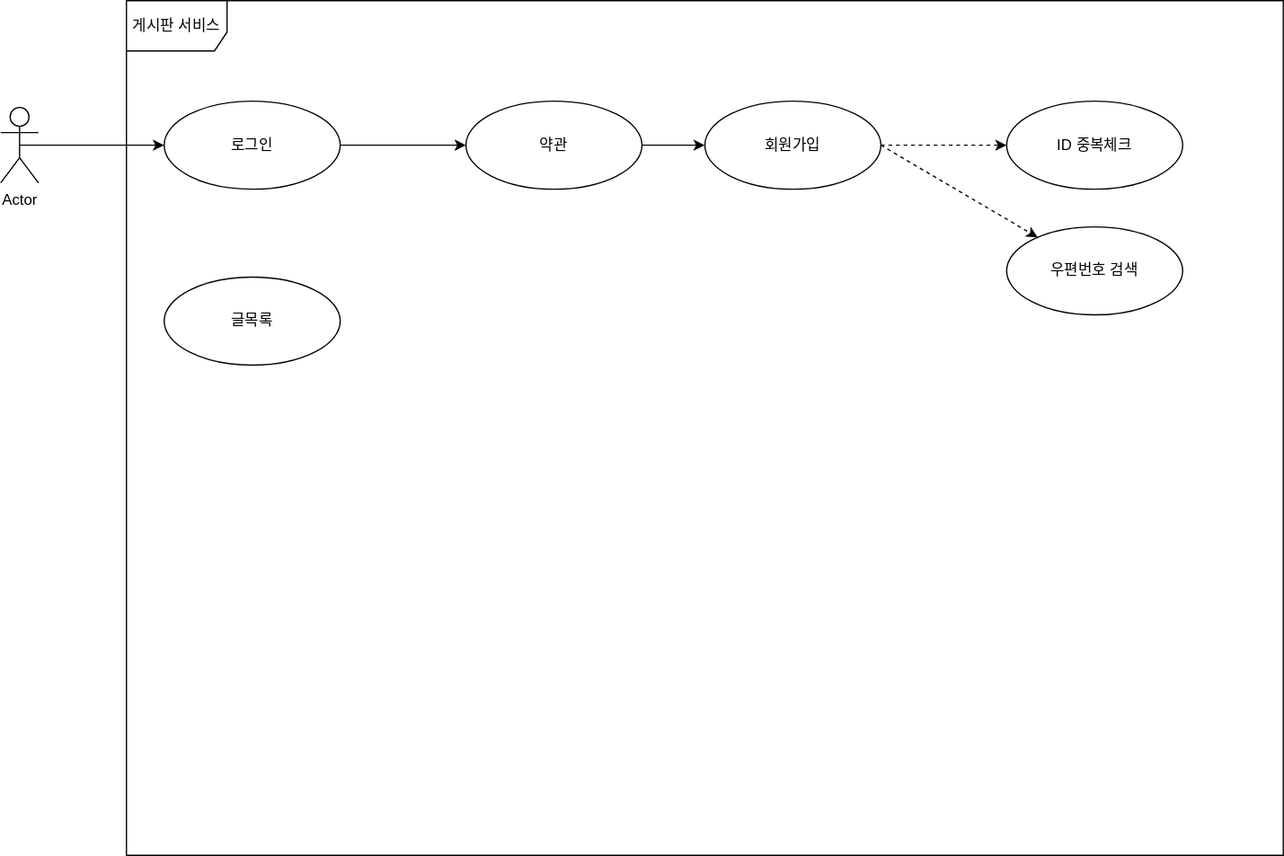
Above: JBoard1/게시판 유스케이스.svg in garuina/JSP (draw.io), before the change. Source tidied: cells renumbered, new cells last; positions are measured from the earlier drawing's top-left corner, leaving out a move shared by most shapes.
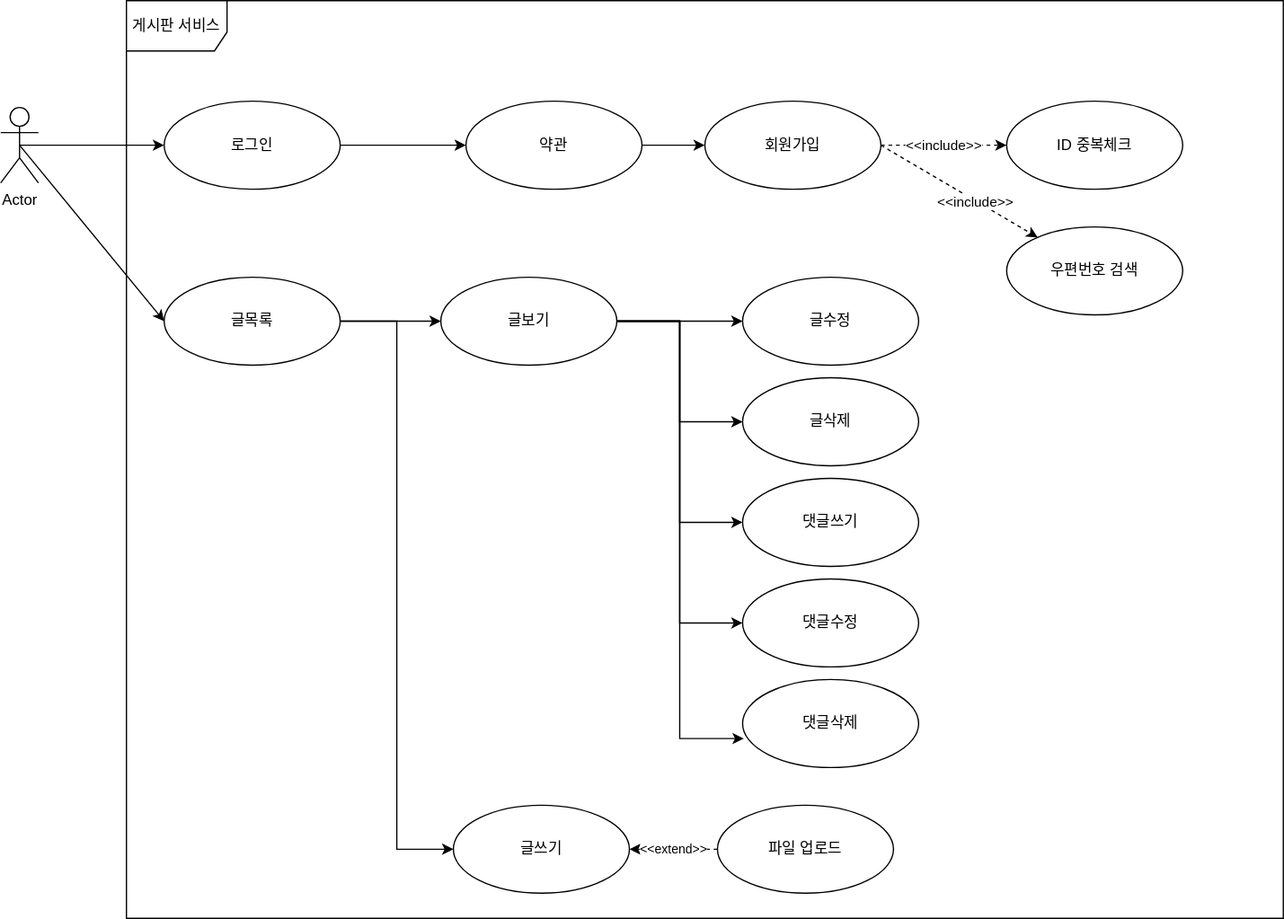
Later version of the same file.

The edit, as a diff of the source:
```diff
@@ -5,11 +5,14 @@
     <mxCell id="2" style="rounded=0;jettySize=auto;html=1;exitX=0.5;exitY=0.5;exitDx=0;exitDy=0;exitPerimeter=0;" parent="1" edge="1" source="3" target="6">
       <mxGeometry relative="1" as="geometry" />
     </mxCell>
+    <mxCell id="15" style="edgeStyle=none;rounded=0;jettySize=auto;html=1;exitX=0.5;exitY=0.5;exitDx=0;exitDy=0;exitPerimeter=0;entryX=0;entryY=0.5;entryDx=0;entryDy=0;" parent="1" edge="1" source="3" target="7">
+      <mxGeometry relative="1" as="geometry" />
+    </mxCell>
     <mxCell id="3" value="Actor" style="shape=umlActor;verticalLabelPosition=bottom;verticalAlign=top;html=1;" parent="1" vertex="1">
       <mxGeometry y="85" width="30" height="60" as="geometry" />
     </mxCell>
     <mxCell id="4" value="게시판 서비스" style="shape=umlFrame;whiteSpace=wrap;html=1;width=80;height=40;" parent="1" vertex="1">
-      <mxGeometry x="100" width="920" height="680" as="geometry" />
+      <mxGeometry x="100" width="920" height="730" as="geometry" />
     </mxCell>
     <mxCell id="5" style="edgeStyle=none;rounded=0;jettySize=auto;html=1;exitX=1;exitY=0.5;exitDx=0;exitDy=0;" parent="1" edge="1" source="6" target="9">
       <mxGeometry relative="1" as="geometry" />
@@ -17,6 +20,12 @@
     <mxCell id="6" value="로그인" style="ellipse;whiteSpace=wrap;html=1;" parent="1" vertex="1">
       <mxGeometry x="130" y="80" width="140" height="70" as="geometry" />
     </mxCell>
+    <mxCell id="16" style="edgeStyle=none;rounded=0;jettySize=auto;html=1;exitX=1;exitY=0.5;exitDx=0;exitDy=0;" parent="1" edge="1" source="7" target="24">
+      <mxGeometry relative="1" as="geometry" />
+    </mxCell>
+    <mxCell id="17" style="edgeStyle=orthogonalEdgeStyle;rounded=0;jettySize=auto;html=1;exitX=1;exitY=0.5;exitDx=0;exitDy=0;entryX=0;entryY=0.5;entryDx=0;entryDy=0;" parent="1" edge="1" source="7" target="25">
+      <mxGeometry relative="1" as="geometry" />
+    </mxCell>
     <mxCell id="7" value="글목록" style="ellipse;whiteSpace=wrap;html=1;" parent="1" vertex="1">
       <mxGeometry x="130" y="220" width="140" height="70" as="geometry" />
     </mxCell>
@@ -26,12 +35,15 @@
     <mxCell id="9" value="약관" style="ellipse;whiteSpace=wrap;html=1;" parent="1" vertex="1">
       <mxGeometry x="370" y="80" width="140" height="70" as="geometry" />
     </mxCell>
-    <mxCell id="10" style="edgeStyle=none;rounded=0;jettySize=auto;html=1;exitX=1;exitY=0.5;exitDx=0;exitDy=0;dashed=1;" parent="1" edge="1" source="12" target="13">
+    <mxCell id="10" value="&amp;lt;&amp;lt;include&amp;gt;&amp;gt;" style="edgeStyle=none;rounded=0;jettySize=auto;html=1;exitX=1;exitY=0.5;exitDx=0;exitDy=0;dashed=1;" parent="1" edge="1" source="12" target="13">
       <mxGeometry relative="1" as="geometry" />
     </mxCell>
     <mxCell id="11" style="edgeStyle=none;rounded=0;jettySize=auto;html=1;exitX=1;exitY=0.5;exitDx=0;exitDy=0;dashed=1;" parent="1" edge="1" source="12" target="14">
       <mxGeometry relative="1" as="geometry" />
     </mxCell>
+    <mxCell id="18" value="&amp;lt;&amp;lt;include&amp;gt;&amp;gt;" style="edgeLabel;html=1;align=center;verticalAlign=middle;" parent="11" vertex="1">
+      <mxGeometry x="0.2" relative="1" as="geometry" />
+    </mxCell>
     <mxCell id="12" value="회원가입" style="ellipse;whiteSpace=wrap;html=1;" parent="1" vertex="1">
       <mxGeometry x="560" y="80" width="140" height="70" as="geometry" />
     </mxCell>
@@ -41,5 +53,47 @@
     <mxCell id="14" value="우편번호 검색" style="ellipse;whiteSpace=wrap;html=1;" parent="1" vertex="1">
       <mxGeometry x="800" y="180" width="140" height="70" as="geometry" />
     </mxCell>
+    <mxCell id="19" style="edgeStyle=orthogonalEdgeStyle;rounded=0;jettySize=auto;html=1;exitX=1;exitY=0.5;exitDx=0;exitDy=0;entryX=0;entryY=0.5;entryDx=0;entryDy=0;" parent="1" edge="1" source="24" target="26">
+      <mxGeometry relative="1" as="geometry" />
+    </mxCell>
+    <mxCell id="20" style="edgeStyle=elbowEdgeStyle;rounded=0;jettySize=auto;html=1;exitX=1;exitY=0.5;exitDx=0;exitDy=0;" parent="1" edge="1" source="24" target="27">
+      <mxGeometry relative="1" as="geometry" />
+    </mxCell>
+    <mxCell id="21" style="edgeStyle=elbowEdgeStyle;rounded=0;jettySize=auto;html=1;exitX=1;exitY=0.5;exitDx=0;exitDy=0;" parent="1" edge="1" source="24" target="28">
+      <mxGeometry relative="1" as="geometry" />
+    </mxCell>
+    <mxCell id="22" style="edgeStyle=elbowEdgeStyle;rounded=0;jettySize=auto;html=1;exitX=1;exitY=0.5;exitDx=0;exitDy=0;" parent="1" edge="1" source="24" target="29">
+      <mxGeometry relative="1" as="geometry" />
+    </mxCell>
+    <mxCell id="23" style="edgeStyle=elbowEdgeStyle;rounded=0;jettySize=auto;html=1;exitX=1;exitY=0.5;exitDx=0;exitDy=0;entryX=0.007;entryY=0.671;entryDx=0;entryDy=0;entryPerimeter=0;" parent="1" edge="1" source="24" target="30">
+      <mxGeometry relative="1" as="geometry" />
+    </mxCell>
+    <mxCell id="24" value="글보기" style="ellipse;whiteSpace=wrap;html=1;" parent="1" vertex="1">
+      <mxGeometry x="350" y="220" width="140" height="70" as="geometry" />
+    </mxCell>
+    <mxCell id="25" value="글쓰기" style="ellipse;whiteSpace=wrap;html=1;" parent="1" vertex="1">
+      <mxGeometry x="360" y="640" width="140" height="70" as="geometry" />
+    </mxCell>
+    <mxCell id="26" value="글수정" style="ellipse;whiteSpace=wrap;html=1;" parent="1" vertex="1">
+      <mxGeometry x="590" y="220" width="140" height="70" as="geometry" />
+    </mxCell>
+    <mxCell id="27" value="글삭제" style="ellipse;whiteSpace=wrap;html=1;" parent="1" vertex="1">
+      <mxGeometry x="590" y="300" width="140" height="70" as="geometry" />
+    </mxCell>
+    <mxCell id="28" value="댓글쓰기" style="ellipse;whiteSpace=wrap;html=1;" parent="1" vertex="1">
+      <mxGeometry x="590" y="380" width="140" height="70" as="geometry" />
+    </mxCell>
+    <mxCell id="29" value="댓글수정" style="ellipse;whiteSpace=wrap;html=1;" parent="1" vertex="1">
+      <mxGeometry x="590" y="460" width="140" height="70" as="geometry" />
+    </mxCell>
+    <mxCell id="30" value="댓글삭제" style="ellipse;whiteSpace=wrap;html=1;" parent="1" vertex="1">
+      <mxGeometry x="590" y="540" width="140" height="70" as="geometry" />
+    </mxCell>
+    <mxCell id="31" value="&lt;font size=&quot;1&quot;&gt;&amp;lt;&amp;lt;extend&amp;gt;&amp;gt;&lt;/font&gt;" style="edgeStyle=elbowEdgeStyle;rounded=0;jettySize=auto;html=1;exitX=0;exitY=0.5;exitDx=0;exitDy=0;dashed=1;" parent="1" edge="1" source="32" target="25">
+      <mxGeometry relative="1" as="geometry" />
+    </mxCell>
+    <mxCell id="32" value="파일 업로드" style="ellipse;whiteSpace=wrap;html=1;" parent="1" vertex="1">
+      <mxGeometry x="570" y="640" width="140" height="70" as="geometry" />
+    </mxCell>
   </root>
 </mxGraphModel>
```
